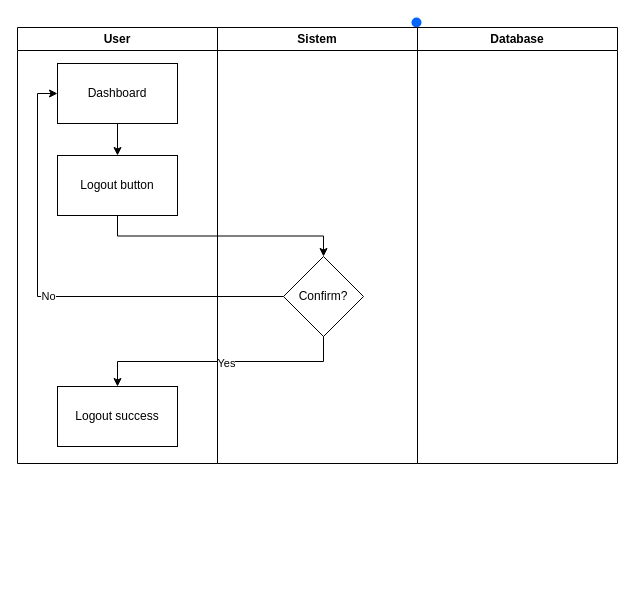
Before: page "Logout" (4 of 4) of activityDiagram.drawio in dzikfr/aplikasi-absensi-baharkam-2024, a draw.io diagram. Source tidied: cells renumbered, new cells numbered last; positions are measured from the earlier drawing's top-left corner, leaving out a move shared by most shapes. Both pictures are drawn from the tidied source at 100%, with x=0, y=0 at pixel (17, 17).
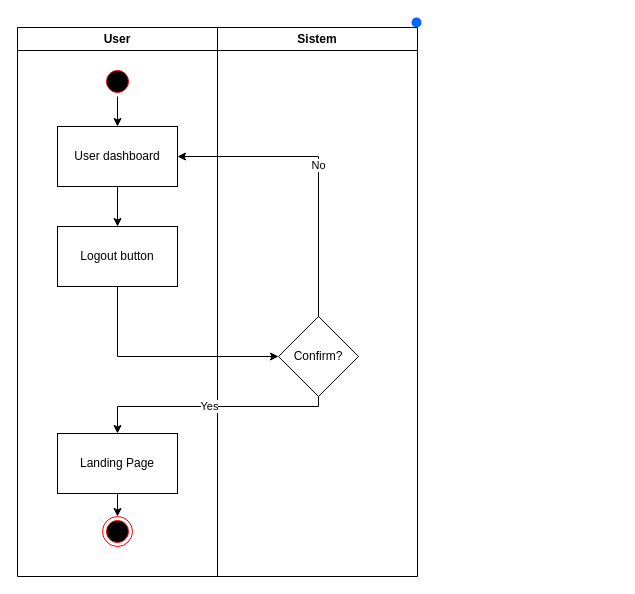
After the change.

What changed in the source:
```diff
@@
 <mxGraphModel>
   <root>
     <mxCell id="0" />
     <mxCell id="1" parent="0" />
-    <mxCell id="2" style="rounded=0;jettySize=auto;html=1;entryX=0.5;entryY=0;entryDx=0;entryDy=0;" parent="1" edge="1" target="5">
-      <mxGeometry relative="1" as="geometry">
-        <mxPoint x="100" y="80" as="sourcePoint" />
-      </mxGeometry>
-    </mxCell>
     <mxCell id="3" style="shape=ellipse;fillColor=#0065FF;strokeColor=none;html=1;sketch=0;" parent="1" vertex="1">
       <mxGeometry x="394" width="10" height="10" as="geometry" />
     </mxCell>
-    <mxCell id="4" value="User" style="swimlane;whiteSpace=wrap;html=1;" parent="1" vertex="1">
-      <mxGeometry y="10" width="200" height="436" as="geometry" />
-    </mxCell>
-    <mxCell id="5" value="Dashboard" style="rounded=0;whiteSpace=wrap;html=1;" parent="4" vertex="1">
-      <mxGeometry x="40" y="36" width="120" height="60" as="geometry" />
-    </mxCell>
-    <mxCell id="6" value="Logout success" style="rounded=0;whiteSpace=wrap;html=1;" parent="4" vertex="1">
-      <mxGeometry x="40" y="359" width="120" height="60" as="geometry" />
-    </mxCell>
     <mxCell id="7" value="Sistem" style="swimlane;whiteSpace=wrap;html=1;startSize=23;" parent="1" vertex="1">
-      <mxGeometry x="200" y="10" width="200" height="436" as="geometry" />
+      <mxGeometry x="200" y="10" width="200" height="549" as="geometry" />
     </mxCell>
     <mxCell id="8" value="Confirm?" style="rhombus;whiteSpace=wrap;html=1;" parent="7" vertex="1">
-      <mxGeometry x="66" y="229" width="80" height="80" as="geometry" />
+      <mxGeometry x="61" y="289" width="80" height="80" as="geometry" />
     </mxCell>
-    <mxCell id="9" value="Database" style="swimlane;whiteSpace=wrap;html=1;startSize=23;" parent="1" vertex="1">
-      <mxGeometry x="400" y="10" width="200" height="436" as="geometry" />
-    </mxCell>
+    <mxCell id="4" value="User" style="swimlane;whiteSpace=wrap;html=1;startSize=23;" parent="1" vertex="1">
+      <mxGeometry y="10" width="200" height="549" as="geometry" />
+    </mxCell>
+    <mxCell id="16" style="edgeStyle=orthogonalEdgeStyle;rounded=0;jettySize=auto;html=1;exitX=0.5;exitY=1;exitDx=0;exitDy=0;entryX=0.5;entryY=0;entryDx=0;entryDy=0;" parent="4" edge="1" source="17" target="19">
+      <mxGeometry relative="1" as="geometry" />
+    </mxCell>
+    <mxCell id="17" style="ellipse;html=1;shape=startState;fillColor=#000000;strokeColor=#ff0000;" parent="4" vertex="1">
+      <mxGeometry x="85" y="39" width="30" height="30" as="geometry" />
+    </mxCell>
+    <mxCell id="18" style="edgeStyle=orthogonalEdgeStyle;rounded=0;jettySize=auto;html=1;exitX=0.5;exitY=1;exitDx=0;exitDy=0;entryX=0.5;entryY=0;entryDx=0;entryDy=0;" parent="4" edge="1" source="19" target="10">
+      <mxGeometry relative="1" as="geometry" />
+    </mxCell>
+    <mxCell id="19" value="User dashboard" style="rounded=0;whiteSpace=wrap;html=1;" parent="4" vertex="1">
+      <mxGeometry x="40" y="99" width="120" height="60" as="geometry" />
+    </mxCell>
-    <mxCell id="10" value="Logout button" style="rounded=0;whiteSpace=wrap;html=1;" parent="1" vertex="1">
-      <mxGeometry x="40" y="138" width="120" height="60" as="geometry" />
+    <mxCell id="10" value="Logout button" style="rounded=0;whiteSpace=wrap;html=1;" parent="4" vertex="1">
+      <mxGeometry x="40" y="199" width="120" height="60" as="geometry" />
     </mxCell>
+    <mxCell id="20" style="edgeStyle=orthogonalEdgeStyle;rounded=0;jettySize=auto;html=1;exitX=0.5;exitY=1;exitDx=0;exitDy=0;entryX=0.5;entryY=0;entryDx=0;entryDy=0;" parent="4" edge="1" source="21" target="22">
+      <mxGeometry relative="1" as="geometry" />
+    </mxCell>
+    <mxCell id="21" value="Landing Page" style="rounded=0;whiteSpace=wrap;html=1;" parent="4" vertex="1">
+      <mxGeometry x="40" y="406" width="120" height="60" as="geometry" />
+    </mxCell>
+    <mxCell id="22" style="ellipse;html=1;shape=endState;fillColor=#000000;strokeColor=#ff0000;" parent="4" vertex="1">
+      <mxGeometry x="85" y="489" width="30" height="30" as="geometry" />
+    </mxCell>
+    <mxCell id="15" value="Yes" style="edgeStyle=orthogonalEdgeStyle;rounded=0;jettySize=auto;html=1;exitX=0.5;exitY=1;exitDx=0;exitDy=0;entryX=0.5;entryY=0;entryDx=0;entryDy=0;" parent="1" edge="1" source="8" target="21">
+      <mxGeometry relative="1" as="geometry">
+        <Array as="points">
+          <mxPoint x="301" y="389" />
+          <mxPoint x="100" y="389" />
+        </Array>
+      </mxGeometry>
+    </mxCell>
-    <mxCell id="11" style="edgeStyle=orthogonalEdgeStyle;rounded=0;jettySize=auto;html=1;exitX=0.5;exitY=1;exitDx=0;exitDy=0;entryX=0.5;entryY=0;entryDx=0;entryDy=0;" parent="1" edge="1" source="10" target="8">
+    <mxCell id="11" style="edgeStyle=orthogonalEdgeStyle;rounded=0;jettySize=auto;html=1;exitX=0.5;exitY=1;exitDx=0;exitDy=0;entryX=0;entryY=0.5;entryDx=0;entryDy=0;" parent="1" edge="1" source="10" target="8">
       <mxGeometry relative="1" as="geometry" />
     </mxCell>
-    <mxCell id="12" style="edgeStyle=orthogonalEdgeStyle;rounded=0;jettySize=auto;html=1;exitX=0.5;exitY=1;exitDx=0;exitDy=0;" parent="1" edge="1" source="5" target="10">
-      <mxGeometry relative="1" as="geometry" />
-    </mxCell>
-    <mxCell id="13" value="No" style="edgeStyle=orthogonalEdgeStyle;rounded=0;jettySize=auto;html=1;exitX=0;exitY=0.5;exitDx=0;exitDy=0;entryX=0;entryY=0.5;entryDx=0;entryDy=0;" parent="1" edge="1" source="8" target="5">
+    <mxCell id="13" value="No" style="edgeStyle=orthogonalEdgeStyle;rounded=0;jettySize=auto;html=1;exitX=0.5;exitY=0;exitDx=0;exitDy=0;entryX=1;entryY=0.5;entryDx=0;entryDy=0;" parent="1" edge="1" source="8" target="19">
       <mxGeometry relative="1" as="geometry" />
     </mxCell>
-    <mxCell id="14" style="edgeStyle=orthogonalEdgeStyle;rounded=0;jettySize=auto;html=1;exitX=0.5;exitY=1;exitDx=0;exitDy=0;entryX=0.5;entryY=0;entryDx=0;entryDy=0;" parent="1" edge="1" source="8" target="6">
-      <mxGeometry relative="1" as="geometry" />
-    </mxCell>
-    <mxCell id="15" value="Yes" style="edgeLabel;html=1;align=center;verticalAlign=middle;" parent="14" vertex="1">
-      <mxGeometry x="-0.04" y="1" relative="1" as="geometry" />
-    </mxCell>
   </root>
 </mxGraphModel>
```
